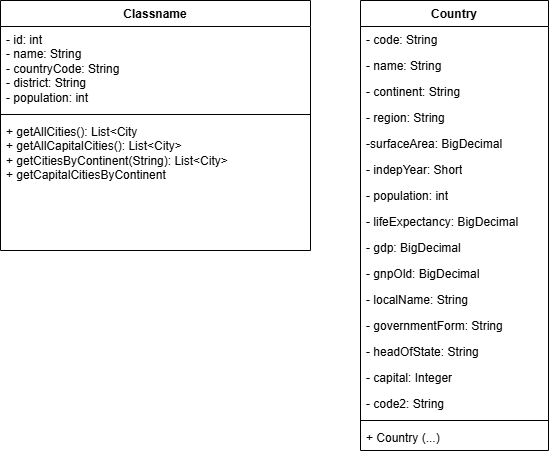
The draw.io diagram use-cases/models.png in KMilej/SET08103-GeoMetrics, before a commit. Source tidied: cells renumbered, new cells last; positions are measured from the earlier drawing's top-left corner, leaving out a move shared by most shapes.
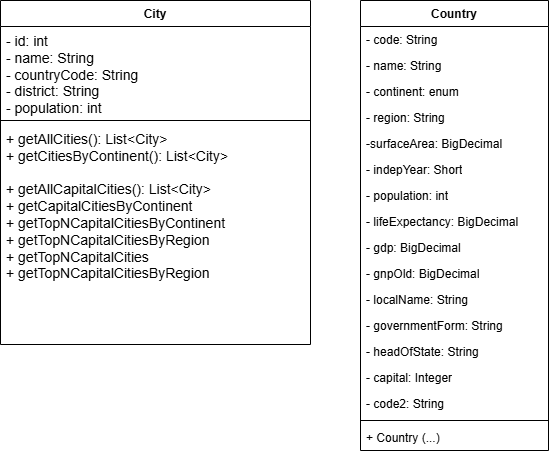
After the change.

Change to the diagram source:
```diff
@@ -11,7 +11,7 @@
     <mxCell id="4" value="- name: String" style="text;strokeColor=none;fillColor=none;align=left;verticalAlign=top;spacingLeft=4;spacingRight=4;overflow=hidden;whiteSpace=wrap;html=1;opacity=80;" parent="2" vertex="1">
       <mxGeometry y="52" width="188" height="26" as="geometry" />
     </mxCell>
-    <mxCell id="5" value="- continent: String" style="text;strokeColor=none;fillColor=none;align=left;verticalAlign=top;spacingLeft=4;spacingRight=4;overflow=hidden;whiteSpace=wrap;html=1;opacity=80;" parent="2" vertex="1">
+    <mxCell id="5" value="- continent: enum" style="text;strokeColor=none;fillColor=none;align=left;verticalAlign=top;spacingLeft=4;spacingRight=4;overflow=hidden;whiteSpace=wrap;html=1;opacity=80;" parent="2" vertex="1">
       <mxGeometry y="78" width="188" height="26" as="geometry" />
     </mxCell>
     <mxCell id="6" value="- region: String" style="text;strokeColor=none;fillColor=none;align=left;verticalAlign=top;spacingLeft=4;spacingRight=4;overflow=hidden;whiteSpace=wrap;html=1;opacity=80;" parent="2" vertex="1">
@@ -56,17 +56,17 @@
     <mxCell id="19" value="+ Country (...)" style="text;strokeColor=none;fillColor=none;align=left;verticalAlign=top;spacingLeft=4;spacingRight=4;overflow=hidden;whiteSpace=wrap;html=1;" parent="2" vertex="1">
       <mxGeometry y="424" width="188" height="26" as="geometry" />
     </mxCell>
-    <mxCell id="20" value="Classname" style="swimlane;fontStyle=1;align=center;verticalAlign=top;horizontal=1;startSize=26;whiteSpace=wrap;html=1;" parent="1" vertex="1">
-      <mxGeometry width="310" height="250" as="geometry" />
+    <mxCell id="20" value="City" style="swimlane;fontStyle=1;align=center;verticalAlign=top;horizontal=1;startSize=26;whiteSpace=wrap;html=1;" parent="1" vertex="1">
+      <mxGeometry width="310" height="344" as="geometry" />
     </mxCell>
-    <mxCell id="21" value="&lt;div&gt;- id: int&amp;nbsp;&lt;/div&gt;&lt;div&gt;- name: String&lt;/div&gt;&lt;div&gt;- countryCode: String&lt;/div&gt;&lt;div&gt;- district: String&lt;/div&gt;&lt;div&gt;- population: int&lt;/div&gt;" style="text;strokeColor=none;fillColor=none;align=left;verticalAlign=top;spacingLeft=4;spacingRight=4;overflow=hidden;whiteSpace=wrap;html=1;" parent="20" vertex="1">
-      <mxGeometry y="26" width="310" height="84" as="geometry" />
+    <mxCell id="21" value="&lt;div style=&quot;font-size: 14px;&quot;&gt;&lt;font style=&quot;font-size: 14px;&quot;&gt;- id: int&amp;nbsp;&lt;/font&gt;&lt;/div&gt;&lt;div style=&quot;font-size: 14px;&quot;&gt;&lt;font style=&quot;font-size: 14px;&quot;&gt;- name: String&lt;/font&gt;&lt;/div&gt;&lt;div style=&quot;font-size: 14px;&quot;&gt;&lt;font style=&quot;font-size: 14px;&quot;&gt;- countryCode: String&lt;/font&gt;&lt;/div&gt;&lt;div style=&quot;font-size: 14px;&quot;&gt;&lt;font style=&quot;font-size: 14px;&quot;&gt;- district: String&lt;/font&gt;&lt;/div&gt;&lt;div style=&quot;font-size: 14px;&quot;&gt;&lt;font style=&quot;font-size: 14px;&quot;&gt;- population: int&lt;/font&gt;&lt;/div&gt;&lt;div style=&quot;font-size: 14px;&quot;&gt;&lt;font style=&quot;font-size: 14px;&quot;&gt;&lt;br&gt;&lt;/font&gt;&lt;/div&gt;" style="text;strokeColor=none;fillColor=none;align=left;verticalAlign=top;spacingLeft=4;spacingRight=4;overflow=hidden;whiteSpace=wrap;html=1;" parent="20" vertex="1">
+      <mxGeometry y="26" width="310" height="90" as="geometry" />
     </mxCell>
     <mxCell id="22" style="line;strokeWidth=1;fillColor=none;align=left;verticalAlign=middle;spacingTop=-1;spacingLeft=3;spacingRight=3;labelPosition=right;strokeColor=inherit;" parent="20" vertex="1">
-      <mxGeometry y="110" width="310" height="8" as="geometry" />
+      <mxGeometry y="116" width="310" height="8" as="geometry" />
     </mxCell>
-    <mxCell id="23" value="&lt;div&gt;+ getAllCities(): List&amp;lt;City&lt;/div&gt;&lt;div&gt;+ getAllCapitalCities(): List&amp;lt;City&amp;gt;&amp;nbsp;&lt;/div&gt;&lt;div&gt;+ getCitiesByContinent(String): List&amp;lt;City&amp;gt;&lt;/div&gt;&lt;div&gt;+ getCapitalCitiesByContinent&lt;/div&gt;" style="text;strokeColor=none;fillColor=none;align=left;verticalAlign=top;spacingLeft=4;spacingRight=4;overflow=hidden;whiteSpace=wrap;html=1;" parent="20" vertex="1">
-      <mxGeometry y="118" width="310" height="132" as="geometry" />
+    <mxCell id="23" value="&lt;div style=&quot;font-size: 14px;&quot;&gt;&lt;font style=&quot;font-size: 14px;&quot;&gt;+ getAllCities(): List&amp;lt;City&amp;gt;&lt;/font&gt;&lt;/div&gt;&lt;div style=&quot;font-size: 14px;&quot;&gt;&lt;font style=&quot;font-size: 14px;&quot;&gt;+ getCitiesByContinent(): List&amp;lt;City&amp;gt;&lt;/font&gt;&lt;/div&gt;&lt;div style=&quot;font-size: 14px;&quot;&gt;&lt;font style=&quot;font-size: 14px;&quot;&gt;&lt;br&gt;&lt;/font&gt;&lt;/div&gt;&lt;div style=&quot;font-size: 14px;&quot;&gt;&lt;span style=&quot;background-color: initial;&quot;&gt;&lt;font style=&quot;font-size: 14px;&quot;&gt;+ getAllCapitalCities(): List&amp;lt;City&amp;gt;&amp;nbsp;&lt;/font&gt;&lt;/span&gt;&lt;/div&gt;&lt;div style=&quot;font-size: 14px;&quot;&gt;&lt;/div&gt;&lt;div style=&quot;font-size: 14px;&quot;&gt;&lt;font style=&quot;font-size: 14px;&quot;&gt;+ getCapitalCitiesByContinent&amp;nbsp;&lt;/font&gt;&lt;/div&gt;&lt;div style=&quot;font-size: 14px;&quot;&gt;&lt;font style=&quot;font-size: 14px;&quot;&gt;+ getTopNCapitalCitiesByContinent&lt;/font&gt;&lt;/div&gt;&lt;div style=&quot;font-size: 14px;&quot;&gt;&lt;font style=&quot;font-size: 14px;&quot;&gt;+ getTopNCapitalCitiesByRegion&lt;/font&gt;&lt;/div&gt;&lt;div style=&quot;font-size: 14px;&quot;&gt;&lt;font style=&quot;font-size: 14px;&quot;&gt;+ getTopNCapitalCities&lt;/font&gt;&lt;/div&gt;&lt;div style=&quot;font-size: 14px;&quot;&gt;&lt;span style=&quot;background-color: initial;&quot;&gt;&lt;font style=&quot;font-size: 14px;&quot;&gt;+ getTopNCapitalCitiesByRegion&lt;/font&gt;&lt;/span&gt;&lt;/div&gt;&lt;div&gt;&lt;/div&gt;" style="text;strokeColor=none;fillColor=none;align=left;verticalAlign=top;spacingLeft=4;spacingRight=4;overflow=hidden;whiteSpace=wrap;html=1;" parent="20" vertex="1">
+      <mxGeometry y="124" width="310" height="220" as="geometry" />
     </mxCell>
   </root>
 </mxGraphModel>
```
